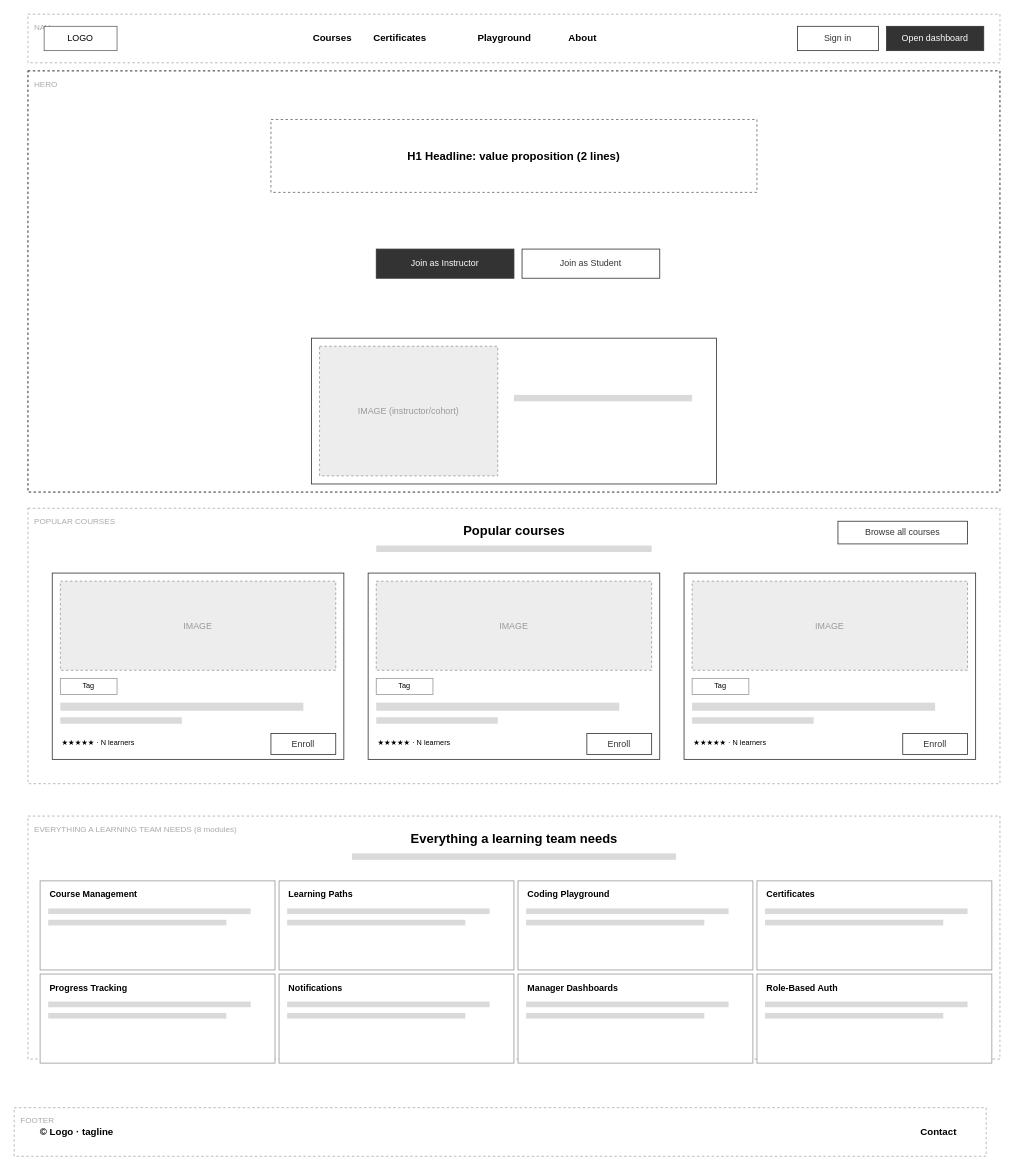
Before: page "1 Landing Page" (1 of 10) of docs/CourseWebsite_WireDiagram.drawio.xml in ShaniCodeBreaker/Coursify, a draw.io diagram. Source tidied: cells renumbered, new cells numbered last; positions are measured from the earlier drawing's top-left corner, leaving out a move shared by most shapes. Both pictures are drawn from the tidied source at 81%, with x=0, y=0 at pixel (14, 14).
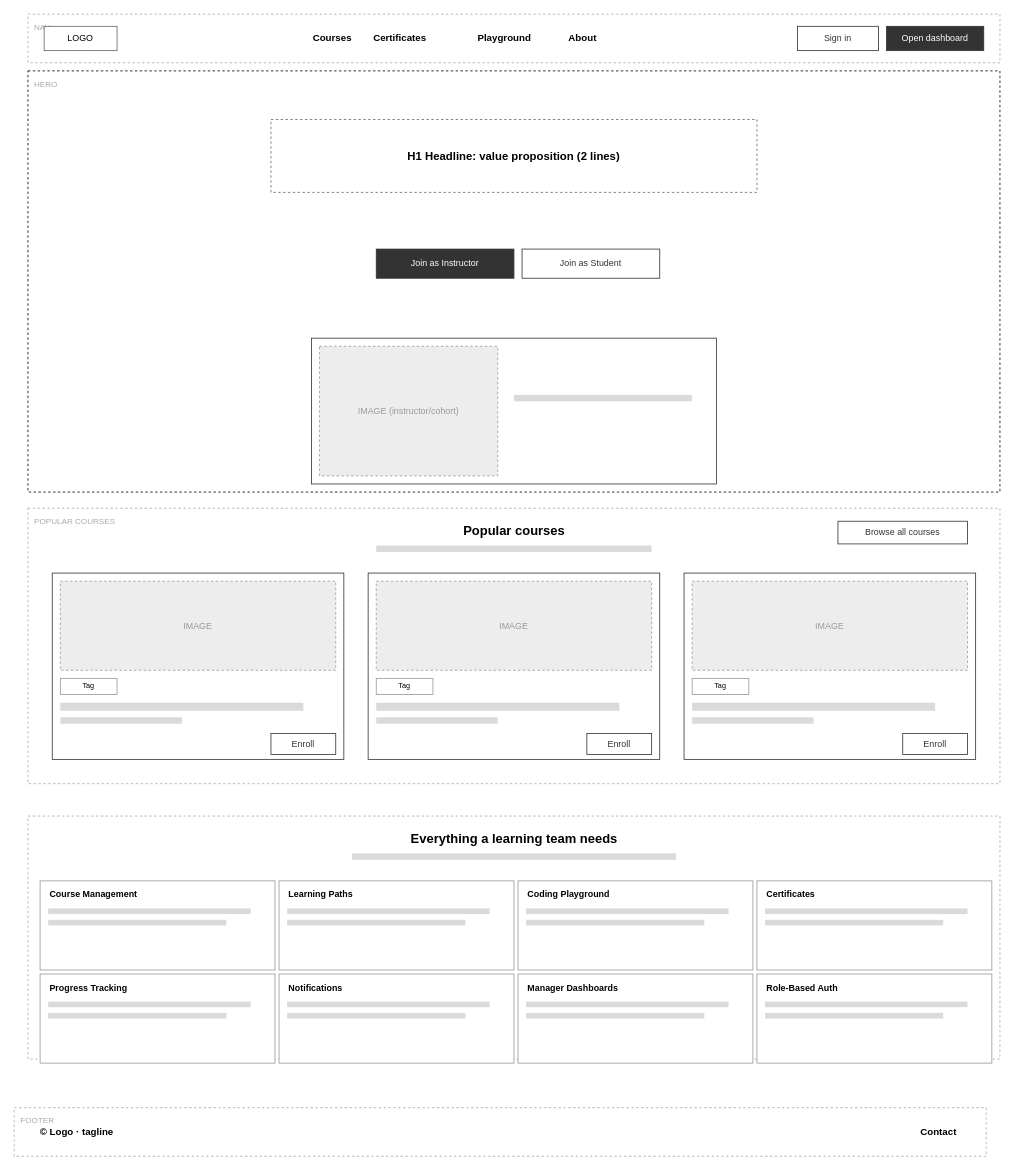
After the change.

Diff of the diagram source:
```diff
@@
-    <mxCell id="23" value="★★★★★  ·  N learners" style="text;html=1;fillColor=none;strokeColor=none;fontSize=12;fontStyle=1;align=left;verticalAlign=middle;fontSize=9;fontStyle=0;" parent="1" vertex="1">
-      <mxGeometry x="57" y="890" width="180" height="20" as="geometry" />
-    </mxCell>
@@
-    <mxCell id="30" value="★★★★★  ·  N learners" style="text;html=1;fillColor=none;strokeColor=none;fontSize=12;fontStyle=1;align=left;verticalAlign=middle;fontSize=9;fontStyle=0;" parent="1" vertex="1">
-      <mxGeometry x="447" y="890" width="180" height="20" as="geometry" />
-    </mxCell>
@@
-    <mxCell id="37" value="★★★★★  ·  N learners" style="text;html=1;fillColor=none;strokeColor=none;fontSize=12;fontStyle=1;align=left;verticalAlign=middle;fontSize=9;fontStyle=0;" parent="1" vertex="1">
-      <mxGeometry x="837" y="890" width="180" height="20" as="geometry" />
-    </mxCell>
@@
-    <mxCell id="39" value="EVERYTHING A LEARNING TEAM NEEDS (8 modules)" style="rounded=0;whiteSpace=wrap;html=1;fillColor=none;strokeColor=#AAAAAA;dashed=1;fontSize=10;fontColor=#AAAAAA;verticalAlign=top;align=left;spacingLeft=6;spacingTop=4;" parent="1" vertex="1">
+    <mxCell id="39" style="rounded=0;whiteSpace=wrap;html=1;fillColor=none;strokeColor=#AAAAAA;dashed=1;fontSize=10;fontColor=#AAAAAA;verticalAlign=top;align=left;spacingLeft=6;spacingTop=4;" parent="1" vertex="1">
       <mxGeometry x="17" y="990" width="1200" height="300" as="geometry" />
     </mxCell>
```
